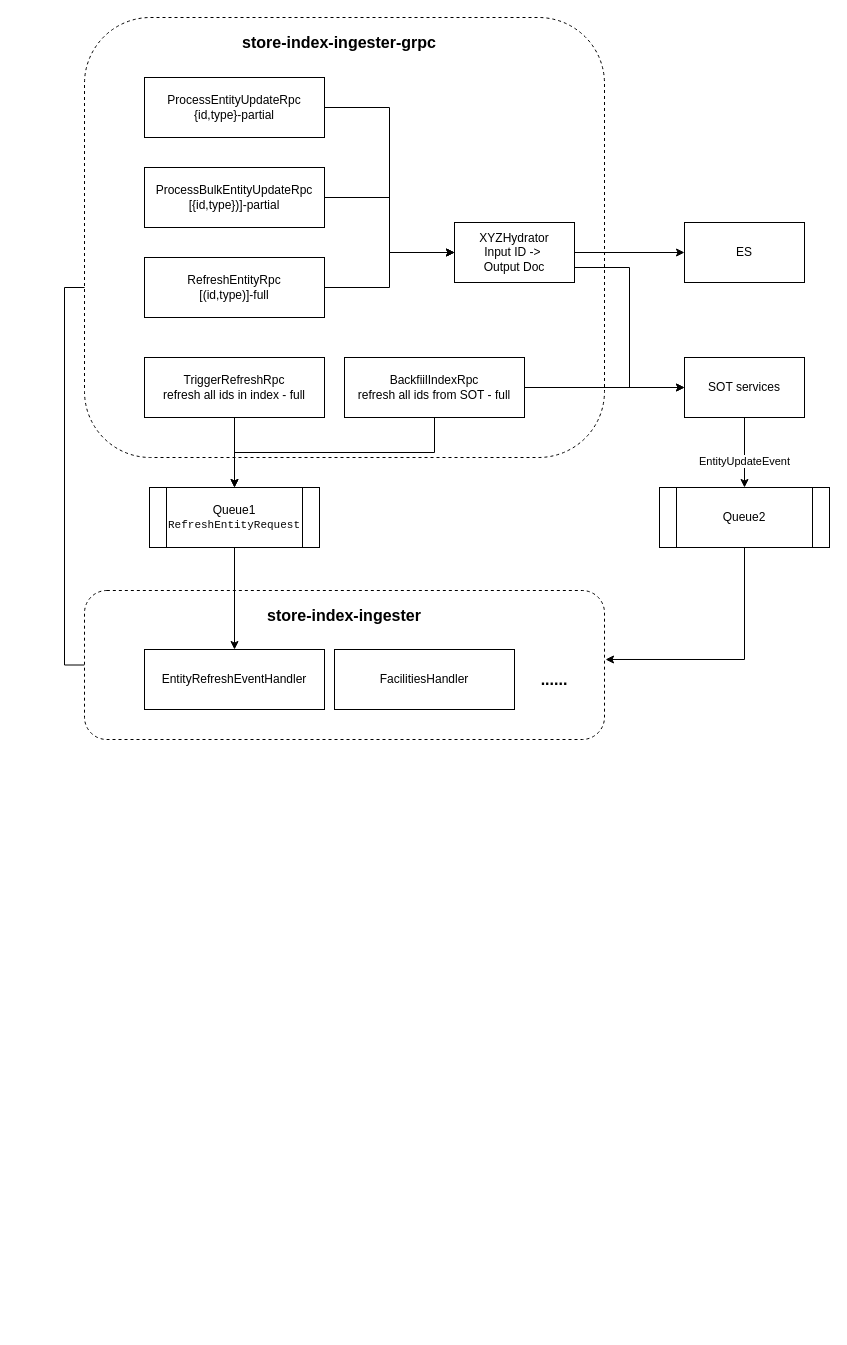
Above: StoreIndex.drawio in evagle/awesome (draw.io), before the change. Source tidied: cells renumbered, new cells numbered last; positions are measured from the earlier drawing's top-left corner, leaving out a move shared by most shapes. Both pictures are drawn from the tidied source at 100%, with x=0, y=0 at pixel (84, 17).
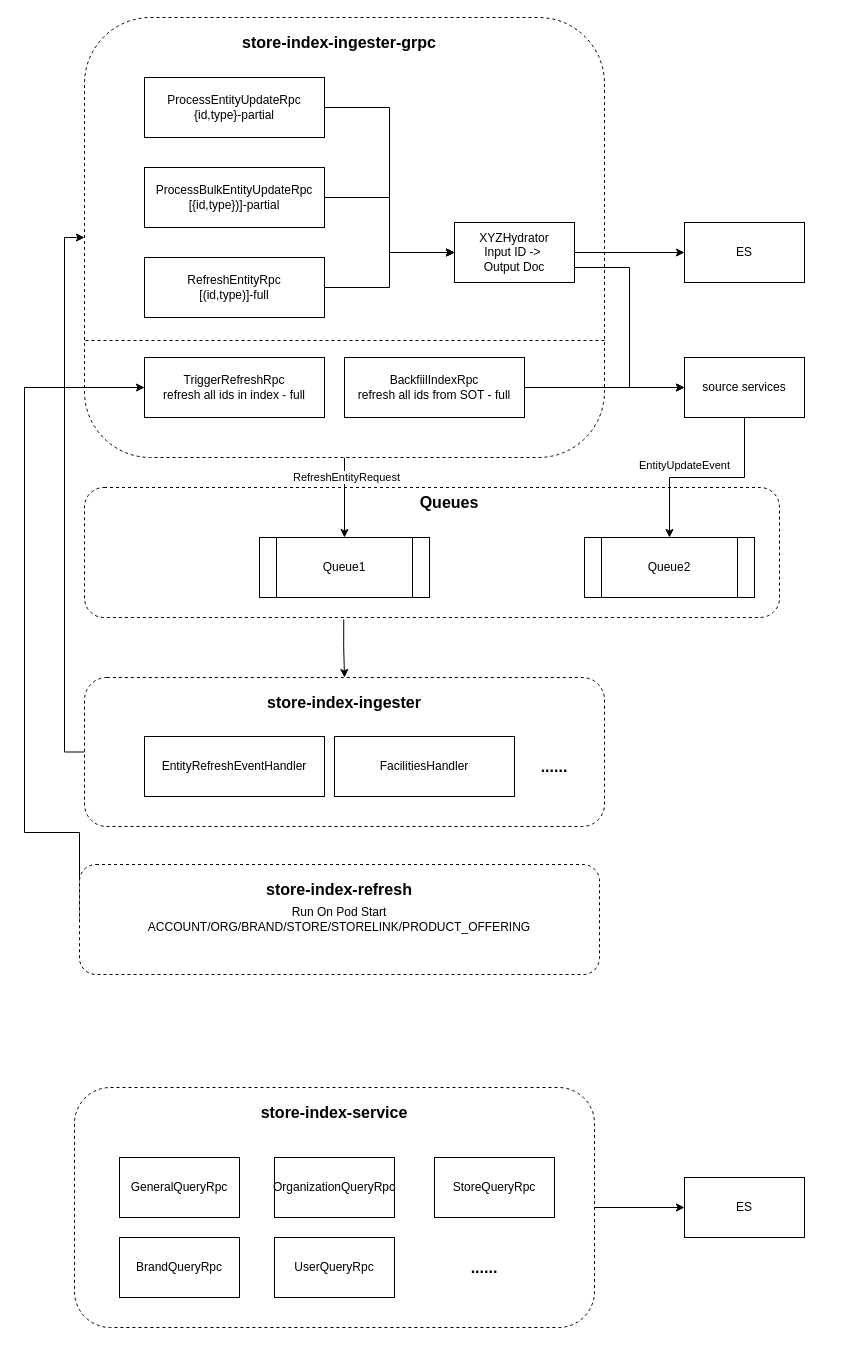
The same page after the edit.

The change refers to these unchanged cells:
```xml
<mxCell id="11" value="RefreshEntityRpc&lt;br&gt;[(id,type)]-full" style="rounded=0;whiteSpace=wrap;html=1;" parent="1" vertex="1">
  <mxGeometry x="60" y="240" width="180" height="60" as="geometry" />
</mxCell>
<mxCell id="13" value="TriggerRefreshRpc&lt;br&gt;refresh all ids in index - full" style="rounded=0;whiteSpace=wrap;html=1;" parent="1" vertex="1">
  <mxGeometry x="60" y="340" width="180" height="60" as="geometry" />
</mxCell>
<mxCell id="24" value="BackfiilIndexRpc&lt;br&gt;refresh all ids from SOT - full" style="rounded=0;whiteSpace=wrap;html=1;" parent="1" vertex="1">
  <mxGeometry x="260" y="340" width="180" height="60" as="geometry" />
</mxCell>
<mxCell id="25" style="edgeStyle=orthogonalEdgeStyle;rounded=0;jettySize=auto;html=1;exitX=0.5;exitY=1;exitDx=0;exitDy=0;" parent="1" edge="1" source="27" target="30">
  <mxGeometry relative="1" as="geometry" />
</mxCell>
```

Diff of the diagram source:
```diff
@@
+    <mxCell id="32" style="edgeStyle=orthogonalEdgeStyle;rounded=0;jettySize=auto;html=1;exitX=0.373;exitY=1.015;exitDx=0;exitDy=0;exitPerimeter=0;" parent="1" edge="1" source="33" target="3">
+      <mxGeometry relative="1" as="geometry" />
+    </mxCell>
+    <mxCell id="33" style="rounded=1;whiteSpace=wrap;html=1;dashed=1;" parent="1" vertex="1">
+      <mxGeometry y="470" width="695" height="130" as="geometry" />
+    </mxCell>
+    <mxCell id="34" style="edgeStyle=orthogonalEdgeStyle;rounded=0;jettySize=auto;html=1;exitX=0.5;exitY=1;exitDx=0;exitDy=0;" parent="1" edge="1" source="4" target="18">
+      <mxGeometry relative="1" as="geometry" />
+    </mxCell>
+    <mxCell id="35" value="RefreshEntityRequest" style="edgeLabel;html=1;align=center;verticalAlign=middle;" parent="34" vertex="1">
+      <mxGeometry x="-0.53" y="1" relative="1" as="geometry" />
+    </mxCell>
+    <mxCell id="4" style="rounded=1;whiteSpace=wrap;html=1;dashed=1;" parent="1" vertex="1">
+      <mxGeometry width="520" height="440" as="geometry" />
+    </mxCell>
-    <mxCell id="2" style="edgeStyle=orthogonalEdgeStyle;rounded=0;jettySize=auto;html=1;exitX=0;exitY=0.5;exitDx=0;exitDy=0;entryX=0;entryY=0.5;entryDx=0;entryDy=0;" parent="1" edge="1" source="3" target="11">
+    <mxCell id="2" style="edgeStyle=orthogonalEdgeStyle;rounded=0;jettySize=auto;html=1;exitX=0;exitY=0.5;exitDx=0;exitDy=0;entryX=0;entryY=0.5;entryDx=0;entryDy=0;" parent="1" edge="1" source="3" target="4">
       <mxGeometry relative="1" as="geometry" />
     </mxCell>
     <mxCell id="3" style="rounded=1;whiteSpace=wrap;html=1;dashed=1;" parent="1" vertex="1">
-      <mxGeometry y="573" width="520" height="149" as="geometry" />
+      <mxGeometry y="660" width="520" height="149" as="geometry" />
     </mxCell>
-    <mxCell id="4" style="rounded=1;whiteSpace=wrap;html=1;dashed=1;" parent="1" vertex="1">
-      <mxGeometry width="520" height="440" as="geometry" />
-    </mxCell>
@@
-    <mxCell id="12" style="edgeStyle=orthogonalEdgeStyle;rounded=0;jettySize=auto;html=1;exitX=0.5;exitY=1;exitDx=0;exitDy=0;entryX=0.5;entryY=0;entryDx=0;entryDy=0;" parent="1" edge="1" source="13" target="18">
-      <mxGeometry relative="1" as="geometry" />
-    </mxCell>
@@
-    <mxCell id="17" style="edgeStyle=orthogonalEdgeStyle;rounded=0;jettySize=auto;html=1;exitX=0.5;exitY=1;exitDx=0;exitDy=0;entryX=0.5;entryY=0;entryDx=0;entryDy=0;" parent="1" edge="1" source="18" target="21">
-      <mxGeometry relative="1" as="geometry" />
-    </mxCell>
-    <mxCell id="18" value="Queue1&lt;br&gt;&lt;span style=&quot;background-color: rgb(255, 255, 255); color: rgb(8, 8, 8); font-family: &amp;quot;JetBrains Mono&amp;quot;, monospace;&quot;&gt;&lt;font style=&quot;font-size: 11px;&quot;&gt;RefreshEntityRequest&lt;/font&gt;&lt;/span&gt;" style="shape=process;whiteSpace=wrap;html=1;backgroundOutline=1;" parent="1" vertex="1">
-      <mxGeometry x="65" y="470" width="170" height="60" as="geometry" />
+    <mxCell id="18" value="Queue1" style="shape=process;whiteSpace=wrap;html=1;backgroundOutline=1;" parent="1" vertex="1">
+      <mxGeometry x="175" y="520" width="170" height="60" as="geometry" />
     </mxCell>
@@
     <mxCell id="20" value="&lt;b&gt;&lt;font style=&quot;font-size: 16px;&quot;&gt;store-index-ingester&lt;/font&gt;&lt;/b&gt;" style="text;html=1;strokeColor=none;fillColor=none;align=center;verticalAlign=middle;whiteSpace=wrap;rounded=0;" parent="1" vertex="1">
-      <mxGeometry x="155" y="583" width="210" height="30" as="geometry" />
+      <mxGeometry x="155" y="670" width="210" height="30" as="geometry" />
     </mxCell>
     <mxCell id="21" value="EntityRefreshEventHandler" style="rounded=0;whiteSpace=wrap;html=1;" parent="1" vertex="1">
-      <mxGeometry x="60" y="632" width="180" height="60" as="geometry" />
+      <mxGeometry x="60" y="719" width="180" height="60" as="geometry" />
     </mxCell>
-    <mxCell id="22" style="edgeStyle=orthogonalEdgeStyle;rounded=0;jettySize=auto;html=1;exitX=0.5;exitY=1;exitDx=0;exitDy=0;" parent="1" edge="1" source="24" target="18">
-      <mxGeometry relative="1" as="geometry" />
-    </mxCell>
@@
     <mxCell id="26" value="EntityUpdateEvent" style="edgeLabel;html=1;align=center;verticalAlign=middle;" parent="25" vertex="1">
-      <mxGeometry x="0.24" y="-1" relative="1" as="geometry" />
+      <mxGeometry x="0.24" y="-1" relative="1" as="geometry">
+        <mxPoint y="-12" as="offset" />
+      </mxGeometry>
     </mxCell>
-    <mxCell id="27" value="SOT services" style="rounded=0;whiteSpace=wrap;html=1;" parent="1" vertex="1">
+    <mxCell id="27" value="source services" style="rounded=0;whiteSpace=wrap;html=1;" parent="1" vertex="1">
       <mxGeometry x="600" y="340" width="120" height="60" as="geometry" />
     </mxCell>
     <mxCell id="28" value="FacilitiesHandler" style="rounded=0;whiteSpace=wrap;html=1;" parent="1" vertex="1">
-      <mxGeometry x="250" y="632" width="180" height="60" as="geometry" />
+      <mxGeometry x="250" y="719" width="180" height="60" as="geometry" />
     </mxCell>
     <mxCell id="29" value="&lt;b&gt;&lt;font style=&quot;font-size: 16px;&quot;&gt;......&lt;/font&gt;&lt;/b&gt;" style="text;html=1;strokeColor=none;fillColor=none;align=center;verticalAlign=middle;whiteSpace=wrap;rounded=0;" parent="1" vertex="1">
-      <mxGeometry x="440" y="647" width="60" height="30" as="geometry" />
+      <mxGeometry x="440" y="734" width="60" height="30" as="geometry" />
     </mxCell>
     <mxCell id="30" value="Queue2" style="shape=process;whiteSpace=wrap;html=1;backgroundOutline=1;" parent="1" vertex="1">
-      <mxGeometry x="575" y="470" width="170" height="60" as="geometry" />
+      <mxGeometry x="500" y="520" width="170" height="60" as="geometry" />
     </mxCell>
-    <mxCell id="31" style="edgeStyle=orthogonalEdgeStyle;rounded=0;jettySize=auto;html=1;exitX=0.5;exitY=1;exitDx=0;exitDy=0;entryX=1.002;entryY=0.463;entryDx=0;entryDy=0;entryPerimeter=0;" parent="1" edge="1" source="30" target="3">
-      <mxGeometry relative="1" as="geometry" />
-    </mxCell>
+    <mxCell id="36" style="edgeStyle=orthogonalEdgeStyle;rounded=0;jettySize=auto;html=1;exitX=0;exitY=0.5;exitDx=0;exitDy=0;entryX=0;entryY=0.5;entryDx=0;entryDy=0;" parent="1" edge="1" source="37" target="13">
+      <mxGeometry relative="1" as="geometry">
+        <Array as="points">
+          <mxPoint x="-60" y="815" />
+          <mxPoint x="-60" y="370" />
+        </Array>
+      </mxGeometry>
+    </mxCell>
+    <mxCell id="37" value="Run On Pod Start&lt;br&gt;ACCOUNT/ORG/BRAND/STORE/STORELINK/PRODUCT_OFFERING" style="rounded=1;whiteSpace=wrap;html=1;dashed=1;" parent="1" vertex="1">
+      <mxGeometry x="-5" y="847" width="520" height="110" as="geometry" />
+    </mxCell>
+    <mxCell id="38" value="&lt;b&gt;&lt;font style=&quot;font-size: 16px;&quot;&gt;store-index-refresh&lt;/font&gt;&lt;/b&gt;" style="text;html=1;strokeColor=none;fillColor=none;align=center;verticalAlign=middle;whiteSpace=wrap;rounded=0;" parent="1" vertex="1">
+      <mxGeometry x="150" y="857" width="210" height="30" as="geometry" />
+    </mxCell>
+    <mxCell id="39" style="edgeStyle=orthogonalEdgeStyle;rounded=0;jettySize=auto;html=1;exitX=1;exitY=0.5;exitDx=0;exitDy=0;" parent="1" edge="1" source="40" target="48">
+      <mxGeometry relative="1" as="geometry" />
+    </mxCell>
+    <mxCell id="40" style="rounded=1;whiteSpace=wrap;html=1;dashed=1;" parent="1" vertex="1">
+      <mxGeometry x="-10" y="1070" width="520" height="240" as="geometry" />
+    </mxCell>
+    <mxCell id="41" value="&lt;b&gt;&lt;font style=&quot;font-size: 16px;&quot;&gt;store-index-service&lt;/font&gt;&lt;/b&gt;" style="text;html=1;strokeColor=none;fillColor=none;align=center;verticalAlign=middle;whiteSpace=wrap;rounded=0;" parent="1" vertex="1">
+      <mxGeometry x="145" y="1080" width="210" height="30" as="geometry" />
+    </mxCell>
+    <mxCell id="42" value="OrganizationQueryRpc" style="rounded=0;whiteSpace=wrap;html=1;" parent="1" vertex="1">
+      <mxGeometry x="190" y="1140" width="120" height="60" as="geometry" />
+    </mxCell>
+    <mxCell id="43" value="BrandQueryRpc" style="rounded=0;whiteSpace=wrap;html=1;" parent="1" vertex="1">
+      <mxGeometry x="35" y="1220" width="120" height="60" as="geometry" />
+    </mxCell>
+    <mxCell id="44" value="StoreQueryRpc" style="rounded=0;whiteSpace=wrap;html=1;" parent="1" vertex="1">
+      <mxGeometry x="350" y="1140" width="120" height="60" as="geometry" />
+    </mxCell>
+    <mxCell id="45" value="UserQueryRpc" style="rounded=0;whiteSpace=wrap;html=1;" parent="1" vertex="1">
+      <mxGeometry x="190" y="1220" width="120" height="60" as="geometry" />
+    </mxCell>
+    <mxCell id="46" value="GeneralQueryRpc" style="rounded=0;whiteSpace=wrap;html=1;" parent="1" vertex="1">
+      <mxGeometry x="35" y="1140" width="120" height="60" as="geometry" />
+    </mxCell>
+    <mxCell id="47" value="&lt;b&gt;&lt;font style=&quot;font-size: 16px;&quot;&gt;......&lt;/font&gt;&lt;/b&gt;" style="text;html=1;strokeColor=none;fillColor=none;align=center;verticalAlign=middle;whiteSpace=wrap;rounded=0;" parent="1" vertex="1">
+      <mxGeometry x="370" y="1235" width="60" height="30" as="geometry" />
+    </mxCell>
+    <mxCell id="48" value="ES" style="rounded=0;whiteSpace=wrap;html=1;" parent="1" vertex="1">
+      <mxGeometry x="600" y="1160" width="120" height="60" as="geometry" />
+    </mxCell>
+    <mxCell id="49" style="endArrow=none;html=1;rounded=0;entryX=0;entryY=0.75;entryDx=0;entryDy=0;exitX=1;exitY=0.75;exitDx=0;exitDy=0;dashed=1;" parent="1" edge="1">
+      <mxGeometry relative="1" as="geometry">
+        <mxPoint x="520" y="323" as="sourcePoint" />
+        <mxPoint y="323" as="targetPoint" />
+      </mxGeometry>
+    </mxCell>
+    <mxCell id="50" value="&lt;b&gt;&lt;font style=&quot;font-size: 16px;&quot;&gt;Queues&lt;/font&gt;&lt;/b&gt;" style="text;html=1;strokeColor=none;fillColor=none;align=center;verticalAlign=middle;whiteSpace=wrap;rounded=0;" parent="1" vertex="1">
+      <mxGeometry x="260" y="470" width="210" height="30" as="geometry" />
+    </mxCell>
```
